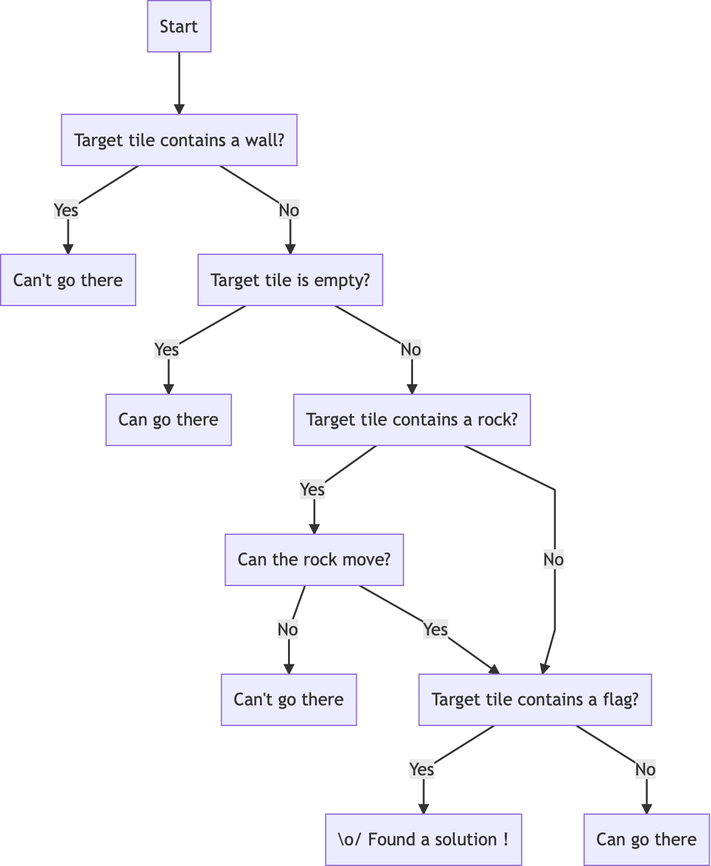
Above: brouillons/baba-is-you-5/graph2.png in archiloque/blog (Mermaid), before the change. Its source is kept beside it as brouillons/baba-is-you-5/graph2.mmd.
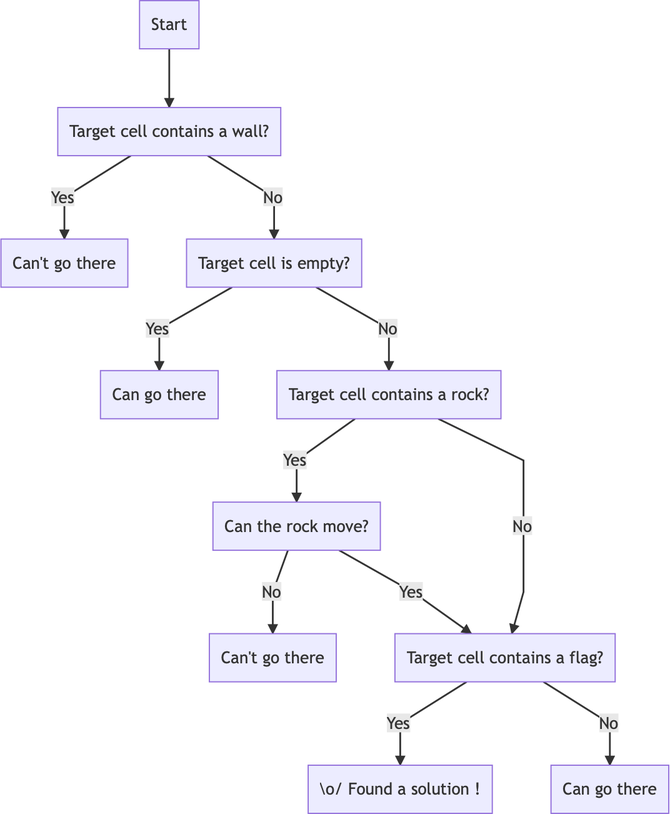
The same diagram one commit later.

Change to the diagram source:
```diff
@@ -2,18 +2,18 @@
 
 Start[Start]
 
-Wall[Target tile contains a wall?]
+Wall[Target cell contains a wall?]
 YesWall[Can't go there]
 
-Empty[Target tile is empty?]
+Empty[Target cell is empty?]
 YesEmpty[Can go there]
 
-Rock[Target tile contains a rock?]
+Rock[Target cell contains a rock?]
 
 MoveRock[Can the rock move?]
 NoMoveRock[Can't go there]
 
-Flag[Target tile contains a flag?]
+Flag[Target cell contains a flag?]
 YesFlag[\o/ Found a solution !]
 NoFlag[Can go there]
 
```
